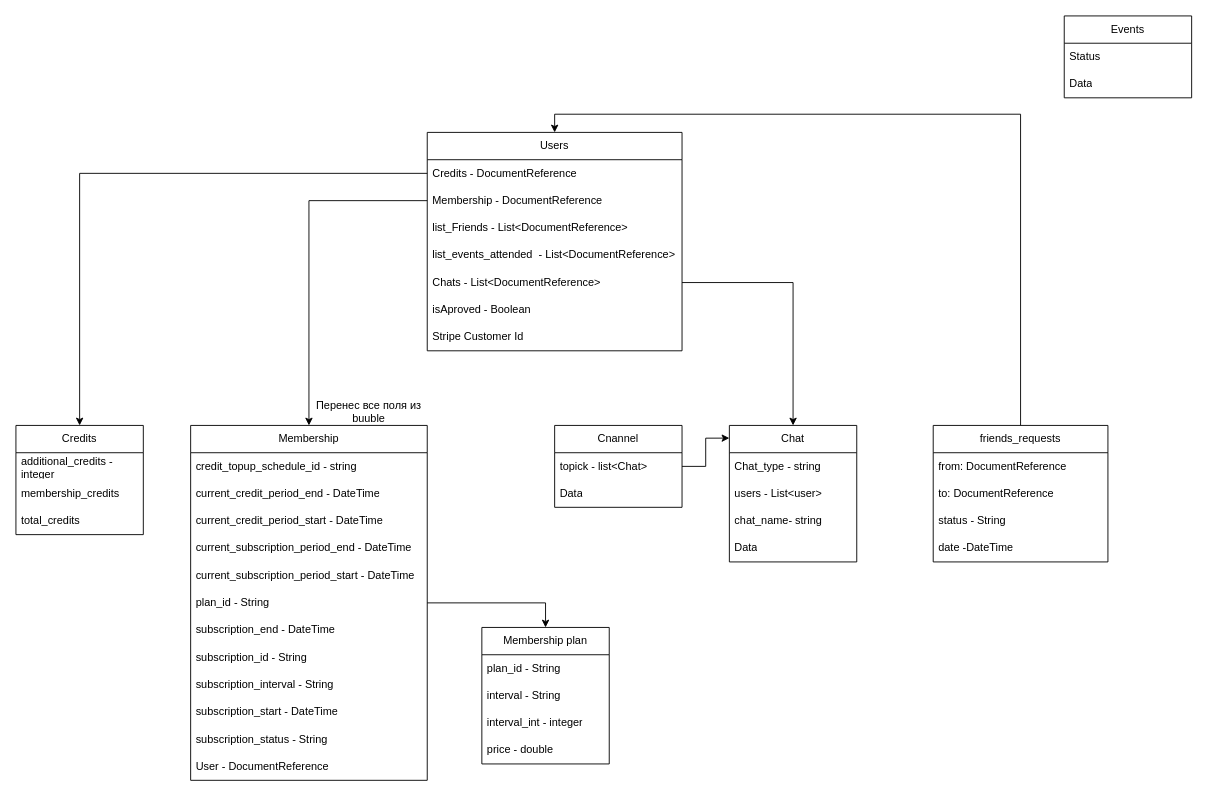
Before: Диаграмма без названия.drawio in rataysh/schemes, a draw.io diagram. Source tidied: cells renumbered, new cells numbered last; positions are measured from the earlier drawing's top-left corner, leaving out a move shared by most shapes. Both pictures are drawn from the tidied source at 91%, with x=0, y=0 at pixel (15, 15).
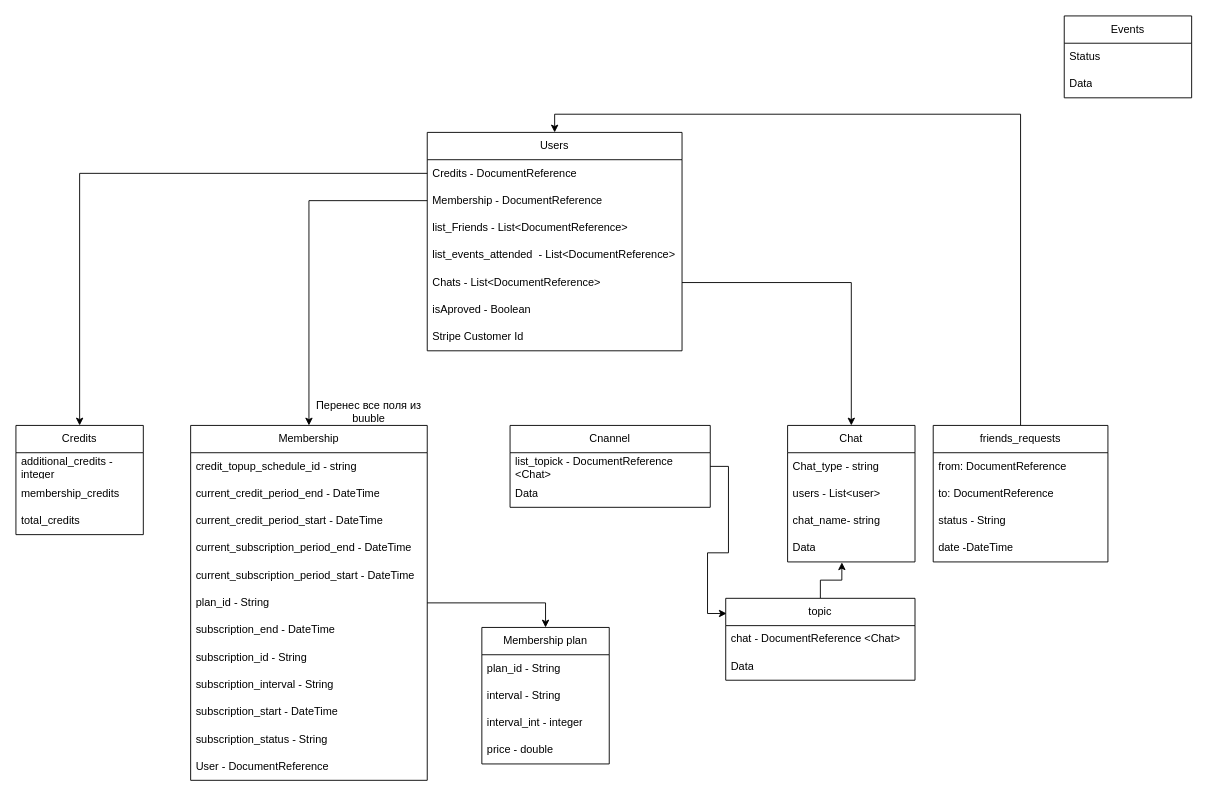
Above is the later version.

The change refers to these unchanged cells:
```xml
<mxCell id="42" value="Data" style="text;strokeColor=none;fillColor=none;align=left;verticalAlign=middle;spacingLeft=4;spacingRight=4;overflow=hidden;points=[[0,0.5],[1,0.5]];portConstraint=eastwest;whiteSpace=wrap;html=1;" parent="38" vertex="1">
  <mxGeometry y="120" width="140" height="30" as="geometry" />
</mxCell>
```

The edit, as a diff of the source:
```diff
@@
     <mxCell id="38" value="Chat" style="swimlane;fontStyle=0;horizontal=1;startSize=30;whiteSpace=wrap;html=1;" parent="1" vertex="1">
-      <mxGeometry x="784" y="450" width="140" height="150" as="geometry" />
+      <mxGeometry x="848" y="450" width="140" height="150" as="geometry" />
     </mxCell>
@@
+    <mxCell id="55" style="edgeStyle=orthogonalEdgeStyle;rounded=0;jettySize=auto;html=1;entryX=0.005;entryY=0.185;entryDx=0;entryDy=0;entryPerimeter=0;" parent="1" edge="1" source="44" target="57">
+      <mxGeometry relative="1" as="geometry" />
+    </mxCell>
     <mxCell id="44" value="Cnannel" style="swimlane;fontStyle=0;horizontal=1;startSize=30;whiteSpace=wrap;html=1;" parent="1" vertex="1">
-      <mxGeometry x="592" y="450" width="140" height="90" as="geometry" />
+      <mxGeometry x="543" y="450" width="220" height="90" as="geometry" />
     </mxCell>
-    <mxCell id="45" value="topick - list&amp;lt;Chat&amp;gt;" style="text;strokeColor=none;fillColor=none;align=left;verticalAlign=middle;spacingLeft=4;spacingRight=4;overflow=hidden;points=[[0,0.5],[1,0.5]];portConstraint=eastwest;whiteSpace=wrap;html=1;" parent="44" vertex="1">
-      <mxGeometry y="30" width="140" height="30" as="geometry" />
+    <mxCell id="45" value="list_topick - DocumentReference &amp;lt;Chat&amp;gt;" style="text;strokeColor=none;fillColor=none;align=left;verticalAlign=middle;spacingLeft=4;spacingRight=4;overflow=hidden;points=[[0,0.5],[1,0.5]];portConstraint=eastwest;whiteSpace=wrap;html=1;" parent="44" vertex="1">
+      <mxGeometry y="30" width="220" height="30" as="geometry" />
     </mxCell>
     <mxCell id="46" value="Data" style="text;strokeColor=none;fillColor=none;align=left;verticalAlign=middle;spacingLeft=4;spacingRight=4;overflow=hidden;whiteSpace=wrap;html=1;" parent="44" vertex="1">
-      <mxGeometry y="60" width="140" height="30" as="geometry" />
+      <mxGeometry y="60" width="220" height="30" as="geometry" />
     </mxCell>
-    <mxCell id="47" style="edgeStyle=orthogonalEdgeStyle;rounded=0;jettySize=auto;html=1;exitX=1;exitY=0.5;exitDx=0;exitDy=0;entryX=0;entryY=0.093;entryDx=0;entryDy=0;entryPerimeter=0;" parent="1" edge="1" source="45" target="38">
-      <mxGeometry relative="1" as="geometry" />
-    </mxCell>
@@
+    <mxCell id="56" style="edgeStyle=orthogonalEdgeStyle;rounded=0;jettySize=auto;html=1;entryX=0.426;entryY=1.016;entryDx=0;entryDy=0;entryPerimeter=0;" parent="1" edge="1" source="57" target="42">
+      <mxGeometry relative="1" as="geometry" />
+    </mxCell>
+    <mxCell id="57" value="topic" style="swimlane;fontStyle=0;horizontal=1;startSize=30;whiteSpace=wrap;html=1;" parent="1" vertex="1">
+      <mxGeometry x="780" y="640" width="208" height="90" as="geometry" />
+    </mxCell>
+    <mxCell id="58" value="chat - DocumentReference &amp;lt;Chat&amp;gt;" style="text;strokeColor=none;fillColor=none;align=left;verticalAlign=middle;spacingLeft=4;spacingRight=4;overflow=hidden;whiteSpace=wrap;html=1;" parent="57" vertex="1">
+      <mxGeometry y="30" width="208" height="30" as="geometry" />
+    </mxCell>
+    <mxCell id="59" value="Data" style="text;strokeColor=none;fillColor=none;align=left;verticalAlign=middle;spacingLeft=4;spacingRight=4;overflow=hidden;whiteSpace=wrap;html=1;" parent="57" vertex="1">
+      <mxGeometry y="60" width="208" height="30" as="geometry" />
+    </mxCell>
```
